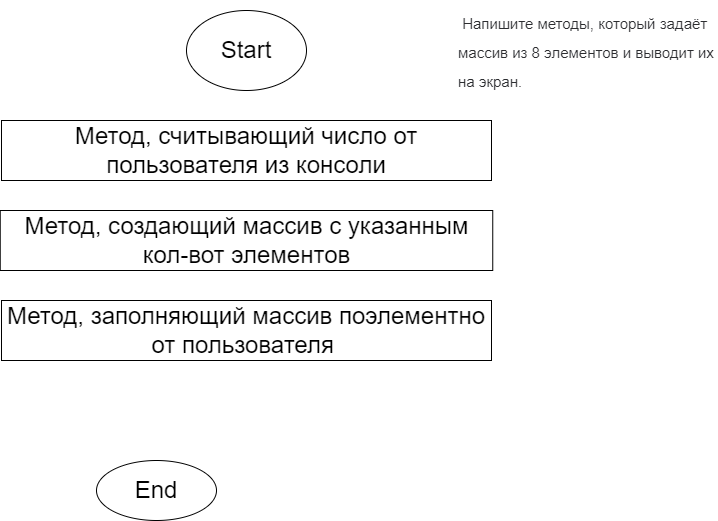
Before: Task403/diagram.drawio.png, a diagram exported from draw.io (DmitriyMorin/HomeWork). Source tidied: cells renumbered, new cells last; positions are measured from the earlier drawing's top-left corner, leaving out a move shared by most shapes. Its diagram source:
```xml
<mxGraphModel>
  <root>
    <mxCell id="0" />
    <mxCell id="1" parent="0" />
    <mxCell id="2" value="Start" style="ellipse;whiteSpace=wrap;html=1;fontSize=24;" parent="1" vertex="1">
      <mxGeometry x="186" y="10" width="120" height="80" as="geometry" />
    </mxCell>
    <mxCell id="3" value="&lt;span style=&quot;color: rgb(44, 45, 48); font-family: roboto, &amp;quot;san francisco&amp;quot;, &amp;quot;helvetica neue&amp;quot;, helvetica, arial; font-size: 15px; font-style: normal; font-weight: 400; letter-spacing: normal; text-indent: 0px; text-transform: none; word-spacing: 0px; background-color: rgb(255, 255, 255); display: inline; float: none;&quot;&gt;&lt;span&gt;&amp;nbsp;&lt;/span&gt;Напишите методы, который задаёт массив из 8 элементов и выводит их на экран.&lt;/span&gt;" style="text;whiteSpace=wrap;html=1;fontSize=24;" parent="1" vertex="1">
      <mxGeometry x="456" width="260" height="80" as="geometry" />
    </mxCell>
    <mxCell id="4" value="Метод, создающий массив с указанным кол-вот элементов" style="rounded=0;whiteSpace=wrap;html=1;fontSize=24;" parent="1" vertex="1">
      <mxGeometry x="-0.2" y="210" width="492.5" height="60" as="geometry" />
    </mxCell>
    <mxCell id="5" value="End" style="ellipse;whiteSpace=wrap;html=1;fontSize=24;" parent="1" vertex="1">
      <mxGeometry x="96" y="460" width="120" height="60" as="geometry" />
    </mxCell>
    <mxCell id="6" value="Метод, считывающий число от пользователя из консоли" style="rounded=0;whiteSpace=wrap;html=1;fontSize=24;" parent="1" vertex="1">
      <mxGeometry x="1" y="120" width="490" height="60" as="geometry" />
    </mxCell>
    <mxCell id="7" value="Метод, заполняющий массив поэлементно от пользователя&amp;nbsp;" style="rounded=0;whiteSpace=wrap;html=1;fontSize=24;" parent="1" vertex="1">
      <mxGeometry x="1" y="300" width="490" height="60" as="geometry" />
    </mxCell>
  </root>
</mxGraphModel>
```
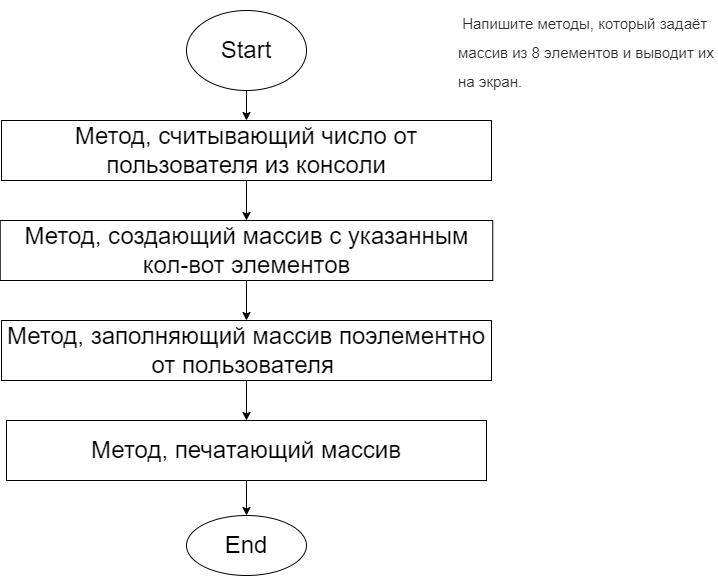
Later version of the same file.

Diff of the diagram source:
```diff
@@ -2,23 +2,41 @@
   <root>
     <mxCell id="0" />
     <mxCell id="1" parent="0" />
+    <mxCell id="8" style="edgeStyle=none;html=1;exitX=0.5;exitY=1;exitDx=0;exitDy=0;entryX=0.5;entryY=0;entryDx=0;entryDy=0;fontSize=24;" parent="1" edge="1" source="2" target="6">
+      <mxGeometry relative="1" as="geometry" />
+    </mxCell>
     <mxCell id="2" value="Start" style="ellipse;whiteSpace=wrap;html=1;fontSize=24;" parent="1" vertex="1">
       <mxGeometry x="186" y="10" width="120" height="80" as="geometry" />
     </mxCell>
     <mxCell id="3" value="&lt;span style=&quot;color: rgb(44, 45, 48); font-family: roboto, &amp;quot;san francisco&amp;quot;, &amp;quot;helvetica neue&amp;quot;, helvetica, arial; font-size: 15px; font-style: normal; font-weight: 400; letter-spacing: normal; text-indent: 0px; text-transform: none; word-spacing: 0px; background-color: rgb(255, 255, 255); display: inline; float: none;&quot;&gt;&lt;span&gt;&amp;nbsp;&lt;/span&gt;Напишите методы, который задаёт массив из 8 элементов и выводит их на экран.&lt;/span&gt;" style="text;whiteSpace=wrap;html=1;fontSize=24;" parent="1" vertex="1">
       <mxGeometry x="456" width="260" height="80" as="geometry" />
     </mxCell>
+    <mxCell id="9" style="edgeStyle=none;html=1;exitX=0.5;exitY=1;exitDx=0;exitDy=0;entryX=0.5;entryY=0;entryDx=0;entryDy=0;fontSize=24;" parent="1" edge="1" source="4" target="7">
+      <mxGeometry relative="1" as="geometry" />
+    </mxCell>
     <mxCell id="4" value="Метод, создающий массив с указанным кол-вот элементов" style="rounded=0;whiteSpace=wrap;html=1;fontSize=24;" parent="1" vertex="1">
-      <mxGeometry x="-0.2" y="210" width="492.5" height="60" as="geometry" />
+      <mxGeometry x="-0.2" y="220" width="492.5" height="60" as="geometry" />
     </mxCell>
     <mxCell id="5" value="End" style="ellipse;whiteSpace=wrap;html=1;fontSize=24;" parent="1" vertex="1">
-      <mxGeometry x="96" y="460" width="120" height="60" as="geometry" />
+      <mxGeometry x="186" y="515" width="120" height="60" as="geometry" />
     </mxCell>
+    <mxCell id="10" style="edgeStyle=none;html=1;exitX=0.5;exitY=1;exitDx=0;exitDy=0;entryX=0.5;entryY=0;entryDx=0;entryDy=0;fontSize=24;" parent="1" edge="1" source="6" target="4">
+      <mxGeometry relative="1" as="geometry" />
+    </mxCell>
     <mxCell id="6" value="Метод, считывающий число от пользователя из консоли" style="rounded=0;whiteSpace=wrap;html=1;fontSize=24;" parent="1" vertex="1">
       <mxGeometry x="1" y="120" width="490" height="60" as="geometry" />
     </mxCell>
+    <mxCell id="11" style="edgeStyle=none;html=1;exitX=0.5;exitY=1;exitDx=0;exitDy=0;entryX=0.5;entryY=0;entryDx=0;entryDy=0;fontSize=24;" parent="1" edge="1" source="7" target="13">
+      <mxGeometry relative="1" as="geometry" />
+    </mxCell>
     <mxCell id="7" value="Метод, заполняющий массив поэлементно от пользователя&amp;nbsp;" style="rounded=0;whiteSpace=wrap;html=1;fontSize=24;" parent="1" vertex="1">
-      <mxGeometry x="1" y="300" width="490" height="60" as="geometry" />
+      <mxGeometry x="1" y="320" width="490" height="60" as="geometry" />
     </mxCell>
+    <mxCell id="12" style="edgeStyle=none;html=1;exitX=0.5;exitY=1;exitDx=0;exitDy=0;entryX=0.5;entryY=0;entryDx=0;entryDy=0;fontSize=24;" parent="1" edge="1" source="13" target="5">
+      <mxGeometry relative="1" as="geometry" />
+    </mxCell>
+    <mxCell id="13" value="Метод, печатающий массив&lt;br&gt;" style="rounded=0;whiteSpace=wrap;html=1;fontSize=24;" parent="1" vertex="1">
+      <mxGeometry x="6" y="420" width="480" height="60" as="geometry" />
+    </mxCell>
   </root>
 </mxGraphModel>
```
